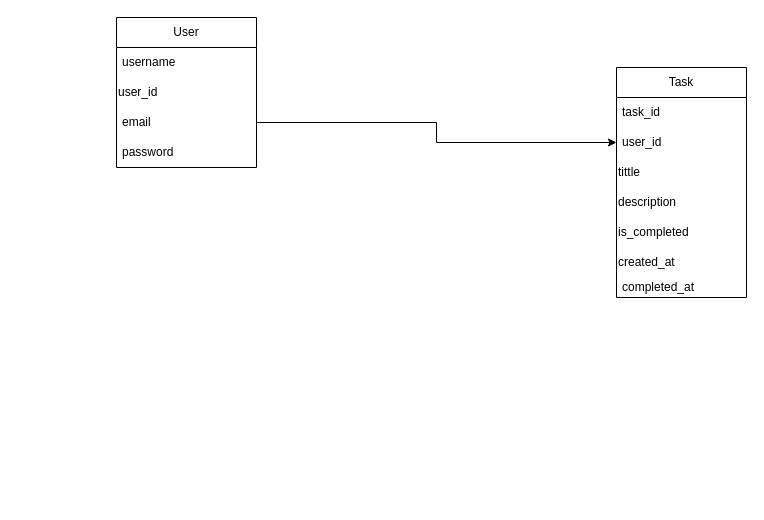
This is diagram.drawio from matheusz-nied/tourist-attraction, a draw.io file, before an edit. Source tidied: cells renumbered, new cells numbered last; positions are measured from the earlier drawing's top-left corner, leaving out a move shared by most shapes. Both pictures are drawn from the tidied source at 100%, with x=0, y=0 at pixel (116, 17).
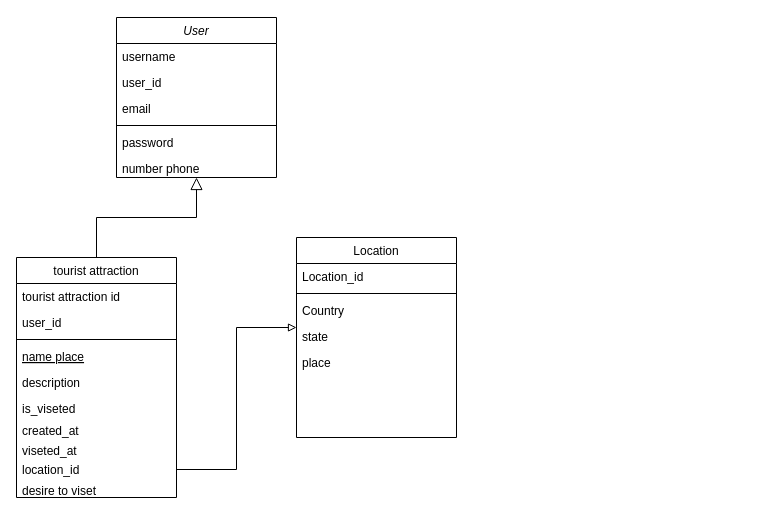
The same diagram, later.

The edit, as a diff of the source:
```diff
@@
-    <mxCell id="0" />
-    <mxCell id="1" parent="0" />
+    <mxCell id="16" />
+    <mxCell id="17" parent="16" />
-    <mxCell id="2" value="User" style="swimlane;fontStyle=0;horizontal=1;startSize=30;whiteSpace=wrap;html=1;" parent="1" vertex="1">
-      <mxGeometry width="140" height="150" as="geometry" />
+    <mxCell id="2" value="User" style="swimlane;fontStyle=2;align=center;verticalAlign=top;horizontal=1;startSize=26;rounded=0;shadow=0;strokeWidth=1;" parent="17" vertex="1">
+      <mxGeometry width="160" height="160" as="geometry" />
     </mxCell>
-    <mxCell id="3" value="username" style="text;strokeColor=none;fillColor=none;align=left;verticalAlign=middle;spacingLeft=4;spacingRight=4;overflow=hidden;whiteSpace=wrap;html=1;" parent="2" vertex="1">
-      <mxGeometry y="30" width="140" height="30" as="geometry" />
+    <mxCell id="3" value="username" style="text;align=left;verticalAlign=top;spacingLeft=4;spacingRight=4;overflow=hidden;" parent="2" vertex="1">
+      <mxGeometry y="26" width="160" height="26" as="geometry" />
     </mxCell>
-    <mxCell id="4" value="user_id" style="text;html=1;strokeColor=none;fillColor=none;align=left;verticalAlign=middle;whiteSpace=wrap;rounded=0;" parent="2" vertex="1">
-      <mxGeometry y="60" width="140" height="30" as="geometry" />
-    </mxCell>
+    <mxCell id="18" value="user_id" style="text;align=left;verticalAlign=top;spacingLeft=4;spacingRight=4;overflow=hidden;rounded=0;shadow=0;html=0;" parent="2" vertex="1">
+      <mxGeometry y="52" width="160" height="26" as="geometry" />
+    </mxCell>
-    <mxCell id="5" value="email" style="text;strokeColor=none;fillColor=none;align=left;verticalAlign=middle;spacingLeft=4;spacingRight=4;overflow=hidden;points=[[0,0.5],[1,0.5]];portConstraint=eastwest;whiteSpace=wrap;html=1;" parent="2" vertex="1">
-      <mxGeometry y="90" width="140" height="30" as="geometry" />
+    <mxCell id="5" value="email" style="text;align=left;verticalAlign=top;spacingLeft=4;spacingRight=4;overflow=hidden;points=[[0,0.5],[1,0.5]];portConstraint=eastwest;rounded=0;shadow=0;html=0;" parent="2" vertex="1">
+      <mxGeometry y="78" width="160" height="26" as="geometry" />
     </mxCell>
+    <mxCell id="19" style="line;html=1;strokeWidth=1;align=left;verticalAlign=middle;spacingTop=-1;spacingLeft=3;spacingRight=3;labelPosition=right;" parent="2" vertex="1">
+      <mxGeometry y="104" width="160" height="8" as="geometry" />
+    </mxCell>
-    <mxCell id="6" value="password" style="text;strokeColor=none;fillColor=none;align=left;verticalAlign=middle;spacingLeft=4;spacingRight=4;overflow=hidden;whiteSpace=wrap;html=1;" parent="2" vertex="1">
-      <mxGeometry y="120" width="140" height="30" as="geometry" />
+    <mxCell id="6" value="password" style="text;align=left;verticalAlign=top;spacingLeft=4;spacingRight=4;overflow=hidden;" parent="2" vertex="1">
+      <mxGeometry y="112" width="160" height="26" as="geometry" />
     </mxCell>
-    <mxCell id="7" value="Task" style="swimlane;fontStyle=0;horizontal=1;startSize=30;whiteSpace=wrap;html=1;" parent="1" vertex="1">
-      <mxGeometry x="500" y="50" width="130" height="230" as="geometry" />
-    </mxCell>
-    <mxCell id="8" value="task_id&lt;br&gt;" style="text;strokeColor=none;fillColor=none;align=left;verticalAlign=middle;spacingLeft=4;spacingRight=4;overflow=hidden;whiteSpace=wrap;html=1;" parent="7" vertex="1">
-      <mxGeometry y="30" width="130" height="30" as="geometry" />
-    </mxCell>
-    <mxCell id="9" value="user_id" style="text;strokeColor=none;fillColor=none;align=left;verticalAlign=middle;spacingLeft=4;spacingRight=4;overflow=hidden;points=[[0,0.5],[1,0.5]];portConstraint=eastwest;whiteSpace=wrap;html=1;" parent="7" vertex="1">
-      <mxGeometry y="60" width="130" height="30" as="geometry" />
-    </mxCell>
-    <mxCell id="10" value="tittle" style="text;html=1;strokeColor=none;fillColor=none;align=left;verticalAlign=middle;whiteSpace=wrap;rounded=0;" parent="7" vertex="1">
-      <mxGeometry y="90" width="130" height="30" as="geometry" />
-    </mxCell>
+    <mxCell id="20" value="tourist attraction" style="swimlane;fontStyle=0;align=center;verticalAlign=top;horizontal=1;startSize=26;rounded=0;shadow=0;strokeWidth=1;" parent="17" vertex="1">
+      <mxGeometry x="-100" y="240" width="160" height="240" as="geometry" />
+    </mxCell>
+    <mxCell id="21" value="tourist attraction id" style="text;align=left;verticalAlign=top;spacingLeft=4;spacingRight=4;overflow=hidden;" parent="20" vertex="1">
+      <mxGeometry y="26" width="160" height="26" as="geometry" />
+    </mxCell>
+    <mxCell id="22" value="user_id" style="text;align=left;verticalAlign=top;spacingLeft=4;spacingRight=4;overflow=hidden;rounded=0;shadow=0;html=0;" parent="20" vertex="1">
+      <mxGeometry y="52" width="160" height="26" as="geometry" />
+    </mxCell>
+    <mxCell id="23" style="line;html=1;strokeWidth=1;align=left;verticalAlign=middle;spacingTop=-1;spacingLeft=3;spacingRight=3;labelPosition=right;" parent="20" vertex="1">
+      <mxGeometry y="78" width="160" height="8" as="geometry" />
+    </mxCell>
+    <mxCell id="24" value="name place" style="text;align=left;verticalAlign=top;spacingLeft=4;spacingRight=4;overflow=hidden;fontStyle=4;" parent="20" vertex="1">
+      <mxGeometry y="86" width="160" height="26" as="geometry" />
+    </mxCell>
-    <mxCell id="11" value="description" style="text;html=1;strokeColor=none;fillColor=none;align=left;verticalAlign=middle;whiteSpace=wrap;rounded=0;" parent="7" vertex="1">
-      <mxGeometry y="120" width="130" height="30" as="geometry" />
+    <mxCell id="11" value="description" style="text;align=left;verticalAlign=top;spacingLeft=4;spacingRight=4;overflow=hidden;" parent="20" vertex="1">
+      <mxGeometry y="112" width="160" height="26" as="geometry" />
     </mxCell>
-    <mxCell id="12" value="is_completed" style="text;html=1;strokeColor=none;fillColor=none;align=left;verticalAlign=middle;whiteSpace=wrap;rounded=0;" parent="7" vertex="1">
-      <mxGeometry y="150" width="130" height="30" as="geometry" />
-    </mxCell>
+    <mxCell id="25" style="endArrow=block;endSize=10;endFill=0;shadow=0;strokeWidth=1;rounded=0;edgeStyle=elbowEdgeStyle;elbow=vertical;" parent="17" edge="1" source="20" target="2">
+      <mxGeometry relative="1" as="geometry" />
+    </mxCell>
+    <mxCell id="26" value="Location" style="swimlane;fontStyle=0;align=center;verticalAlign=top;horizontal=1;startSize=26;rounded=0;shadow=0;strokeWidth=1;" parent="17" vertex="1">
+      <mxGeometry x="180" y="220" width="160" height="200" as="geometry" />
+    </mxCell>
+    <mxCell id="27" value="Location_id" style="text;align=left;verticalAlign=top;spacingLeft=4;spacingRight=4;overflow=hidden;" parent="26" vertex="1">
+      <mxGeometry y="26" width="160" height="26" as="geometry" />
+    </mxCell>
+    <mxCell id="28" style="line;html=1;strokeWidth=1;align=left;verticalAlign=middle;spacingTop=-1;spacingLeft=3;spacingRight=3;labelPosition=right;" parent="26" vertex="1">
+      <mxGeometry y="52" width="160" height="8" as="geometry" />
+    </mxCell>
+    <mxCell id="29" value="Country" style="text;align=left;verticalAlign=top;spacingLeft=4;spacingRight=4;overflow=hidden;" parent="26" vertex="1">
+      <mxGeometry y="60" width="160" height="26" as="geometry" />
+    </mxCell>
+    <mxCell id="30" value="state" style="text;align=left;verticalAlign=top;spacingLeft=4;spacingRight=4;overflow=hidden;points=[[0,0.5],[1,0.5]];portConstraint=eastwest;" parent="26" vertex="1">
+      <mxGeometry y="86" width="160" height="26" as="geometry" />
+    </mxCell>
+    <mxCell id="31" value="place" style="text;align=left;verticalAlign=top;spacingLeft=4;spacingRight=4;overflow=hidden;" parent="26" vertex="1">
+      <mxGeometry y="112" width="160" height="26" as="geometry" />
+    </mxCell>
+    <mxCell id="32" value="number phone" style="text;align=left;verticalAlign=top;spacingLeft=4;spacingRight=4;overflow=hidden;rounded=0;shadow=0;html=0;" parent="17" vertex="1">
+      <mxGeometry y="138" width="160" height="26" as="geometry" />
+    </mxCell>
+    <mxCell id="33" value="is_viseted" style="text;align=left;verticalAlign=top;spacingLeft=4;spacingRight=4;overflow=hidden;" parent="17" vertex="1">
+      <mxGeometry x="-100" y="378" width="160" height="26" as="geometry" />
+    </mxCell>
-    <mxCell id="13" value="created_at" style="text;html=1;strokeColor=none;fillColor=none;align=left;verticalAlign=middle;whiteSpace=wrap;rounded=0;" parent="7" vertex="1">
-      <mxGeometry y="180" width="130" height="30" as="geometry" />
+    <mxCell id="13" value="created_at" style="text;align=left;verticalAlign=top;spacingLeft=4;spacingRight=4;overflow=hidden;" parent="17" vertex="1">
+      <mxGeometry x="-100" y="400" width="160" height="26" as="geometry" />
     </mxCell>
-    <mxCell id="14" value="completed_at" style="text;strokeColor=none;fillColor=none;align=left;verticalAlign=middle;spacingLeft=4;spacingRight=4;overflow=hidden;whiteSpace=wrap;html=1;" parent="7" vertex="1">
-      <mxGeometry y="210" width="130" height="20" as="geometry" />
-    </mxCell>
-    <mxCell id="15" style="edgeStyle=orthogonalEdgeStyle;rounded=0;jettySize=auto;html=1;entryX=0;entryY=0.5;entryDx=0;entryDy=0;" parent="1" edge="1" source="5" target="9">
-      <mxGeometry relative="1" as="geometry" />
-    </mxCell>
+    <mxCell id="34" value="viseted_at" style="text;align=left;verticalAlign=top;spacingLeft=4;spacingRight=4;overflow=hidden;" parent="17" vertex="1">
+      <mxGeometry x="-100" y="420" width="160" height="26" as="geometry" />
+    </mxCell>
+    <mxCell id="35" value="location_id" style="text;align=left;verticalAlign=top;spacingLeft=4;spacingRight=4;overflow=hidden;points=[[0,0.5],[1,0.5]];portConstraint=eastwest;" parent="17" vertex="1">
+      <mxGeometry x="-100" y="439" width="160" height="26" as="geometry" />
+    </mxCell>
+    <mxCell id="36" style="edgeStyle=orthogonalEdgeStyle;rounded=0;jettySize=auto;html=1;entryX=0;entryY=0.154;entryDx=0;entryDy=0;entryPerimeter=0;exitX=1;exitY=0.5;exitDx=0;exitDy=0;endArrow=block;endFill=0;" parent="17" edge="1" source="35" target="30">
+      <mxGeometry relative="1" as="geometry" />
+    </mxCell>
+    <mxCell id="37" value="desire to viset" style="text;align=left;verticalAlign=top;spacingLeft=4;spacingRight=4;overflow=hidden;" parent="17" vertex="1">
+      <mxGeometry x="-100" y="460" width="160" height="26" as="geometry" />
+    </mxCell>
```
